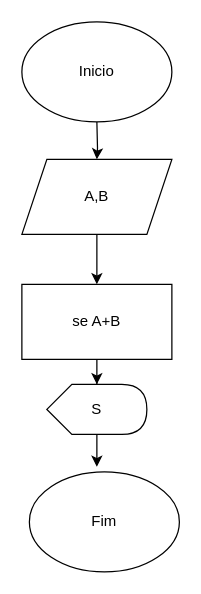
analaura09/Banco-de-Dados keeps this draw.io diagram as Diagrama sem nome.drawio. Above is the earlier version. Source tidied: cells renumbered, new cells numbered last; positions are measured from the earlier drawing's top-left corner, leaving out a move shared by most shapes. Both pictures are drawn from the tidied source at 125%, with x=0, y=0 at pixel (21, 21).
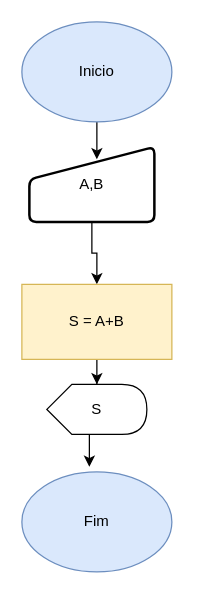
After the change.

What changed in the source:
```diff
@@
 <mxGraphModel>
   <root>
     <mxCell id="0" />
     <mxCell id="1" parent="0" />
-    <mxCell id="2" style="edgeStyle=orthogonalEdgeStyle;rounded=0;jettySize=auto;html=1;exitX=0.5;exitY=1;exitDx=0;exitDy=0;" parent="1" edge="1" target="4">
+    <mxCell id="2" style="edgeStyle=orthogonalEdgeStyle;rounded=0;orthogonalLoop=1;jettySize=auto;html=1;exitX=0.5;exitY=1;exitDx=0;exitDy=0;" parent="1" edge="1">
       <mxGeometry relative="1" as="geometry">
         <mxPoint x="60" y="80" as="sourcePoint" />
+        <mxPoint x="60" y="110" as="targetPoint" />
       </mxGeometry>
     </mxCell>
-    <mxCell id="3" style="edgeStyle=orthogonalEdgeStyle;rounded=0;jettySize=auto;html=1;exitX=0.5;exitY=1;exitDx=0;exitDy=0;entryX=0.5;entryY=0;entryDx=0;entryDy=0;" parent="1" edge="1" source="4" target="6">
+    <mxCell id="3" style="edgeStyle=orthogonalEdgeStyle;rounded=0;jettySize=auto;html=1;entryX=0.5;entryY=0;entryDx=0;entryDy=0;" parent="1" edge="1" source="4" target="6">
       <mxGeometry relative="1" as="geometry" />
     </mxCell>
-    <mxCell id="4" value="A,B" style="shape=parallelogram;perimeter=parallelogramPerimeter;whiteSpace=wrap;html=1;fixedSize=1;" parent="1" vertex="1">
-      <mxGeometry y="110" width="120" height="60" as="geometry" />
-    </mxCell>
     <mxCell id="5" style="edgeStyle=orthogonalEdgeStyle;rounded=0;jettySize=auto;html=1;exitX=0.5;exitY=1;exitDx=0;exitDy=0;" parent="1" edge="1" source="6" target="8">
       <mxGeometry relative="1" as="geometry" />
     </mxCell>
-    <mxCell id="6" value="se A+B" style="rounded=0;whiteSpace=wrap;html=1;" parent="1" vertex="1">
+    <mxCell id="6" value="S = A+B" style="rounded=0;whiteSpace=wrap;html=1;fillColor=#fff2cc;strokeColor=#d6b656;" parent="1" vertex="1">
       <mxGeometry y="210" width="120" height="60" as="geometry" />
     </mxCell>
     <mxCell id="7" style="edgeStyle=orthogonalEdgeStyle;rounded=0;jettySize=auto;html=1;exitX=0;exitY=0;exitDx=40;exitDy=40;exitPerimeter=0;entryX=0.45;entryY=-0.05;entryDx=0;entryDy=0;entryPerimeter=0;" parent="1" edge="1" source="8" target="9">
       <mxGeometry relative="1" as="geometry" />
     </mxCell>
     <mxCell id="8" value="S" style="shape=display;whiteSpace=wrap;html=1;" parent="1" vertex="1">
       <mxGeometry x="20" y="290" width="80" height="40" as="geometry" />
     </mxCell>
-    <mxCell id="9" value="Fim" style="ellipse;whiteSpace=wrap;html=1;" parent="1" vertex="1">
-      <mxGeometry x="6" y="360" width="120" height="80" as="geometry" />
+    <mxCell id="9" value="Fim" style="ellipse;whiteSpace=wrap;html=1;fillColor=#dae8fc;strokeColor=#6c8ebf;" parent="1" vertex="1">
+      <mxGeometry y="360" width="120" height="80" as="geometry" />
     </mxCell>
-    <mxCell id="10" value="Inicio" style="ellipse;whiteSpace=wrap;html=1;" parent="1" vertex="1">
+    <mxCell id="10" value="Inicio" style="ellipse;whiteSpace=wrap;html=1;fillColor=#dae8fc;strokeColor=#6c8ebf;" parent="1" vertex="1">
       <mxGeometry width="120" height="80" as="geometry" />
     </mxCell>
+    <mxCell id="4" value="A,B" style="html=1;strokeWidth=2;shape=manualInput;whiteSpace=wrap;rounded=1;size=26;arcSize=11;" parent="1" vertex="1">
+      <mxGeometry x="6" y="100" width="100" height="60" as="geometry" />
+    </mxCell>
   </root>
 </mxGraphModel>
```
